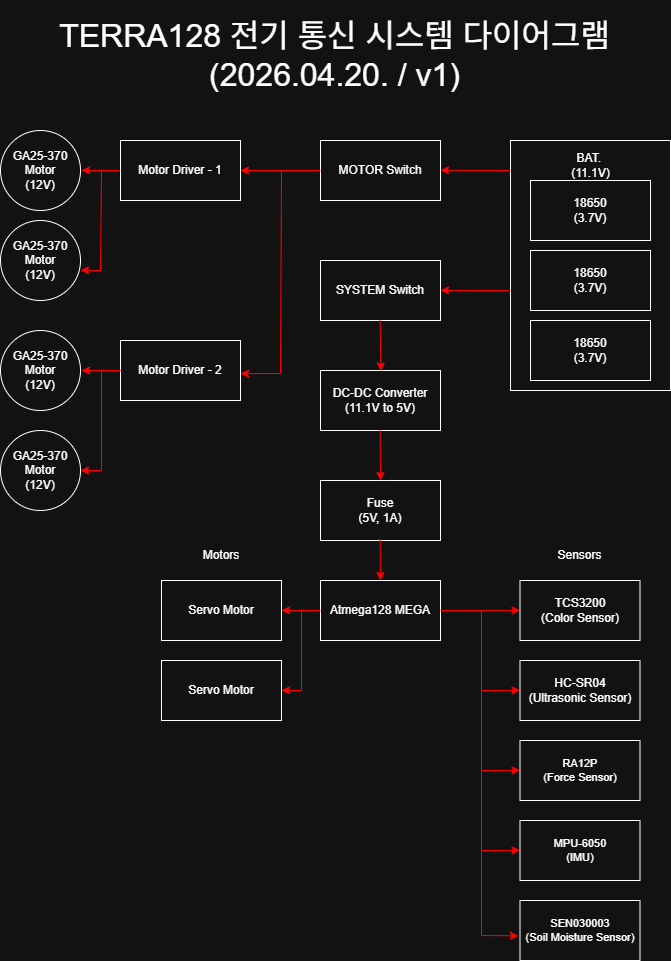
The draw.io diagram architecture/Electronic_Communication_System_Diagram.drawio.png in TERRA128/system-architecture, before a commit. Source tidied: cells renumbered, new cells last; positions are measured from the earlier drawing's top-left corner, leaving out a move shared by most shapes.
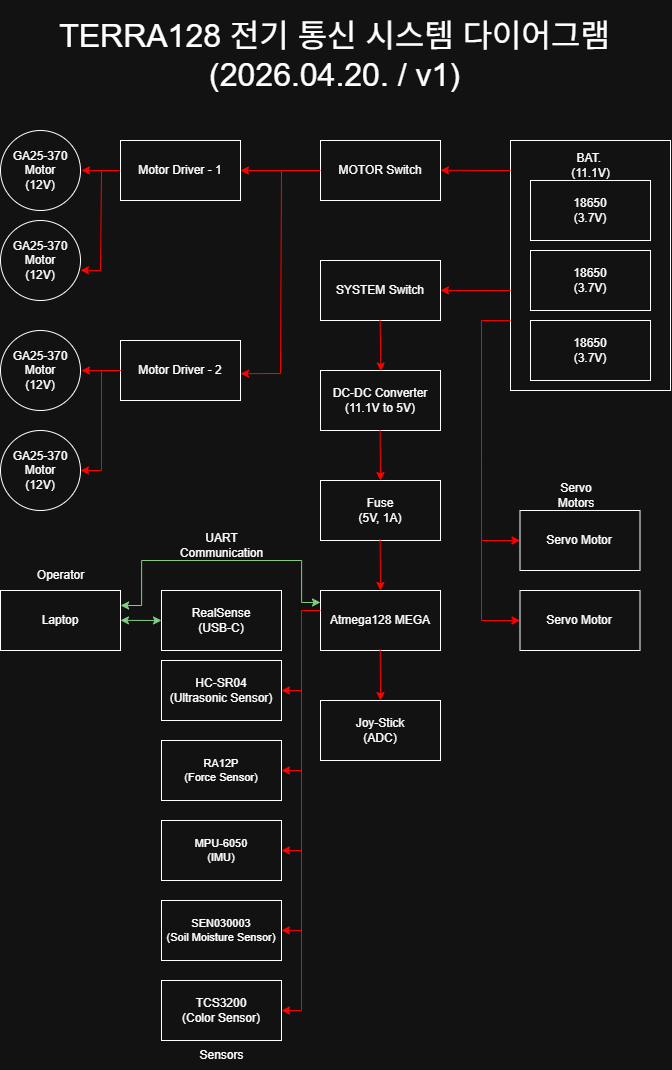
After the commit.

Commit message:
:bento: Update: preview image file

Change to the diagram source:
```diff
@@ -45,14 +45,11 @@
       </mxGeometry>
     </mxCell>
     <mxCell id="15" value="Atmega128 MEGA" style="rounded=0;whiteSpace=wrap;html=1;" parent="1" vertex="1">
-      <mxGeometry x="320" y="580" width="120" height="60" as="geometry" />
+      <mxGeometry x="320" y="590" width="120" height="60" as="geometry" />
     </mxCell>
     <mxCell id="16" value="Servo Motor" style="rounded=0;whiteSpace=wrap;html=1;" parent="1" vertex="1">
-      <mxGeometry x="161" y="580" width="120" height="60" as="geometry" />
+      <mxGeometry x="519.5" y="510" width="120" height="60" as="geometry" />
     </mxCell>
-    <mxCell id="17" value="TCS3200&lt;div&gt;(Color Sensor)&lt;/div&gt;" style="rounded=0;whiteSpace=wrap;html=1;" parent="1" vertex="1">
-      <mxGeometry x="519.5" y="580" width="120" height="60" as="geometry" />
-    </mxCell>
     <mxCell id="18" value="Motor Driver - 1" style="rounded=0;whiteSpace=wrap;html=1;" parent="1" vertex="1">
       <mxGeometry x="120" y="140" width="120" height="60" as="geometry" />
     </mxCell>
@@ -107,75 +104,34 @@
       <mxGeometry x="530" y="320" width="120" height="60" as="geometry" />
     </mxCell>
     <mxCell id="27" value="HC-SR04&lt;div&gt;(Ultrasonic Sensor)&lt;/div&gt;" style="rounded=0;whiteSpace=wrap;html=1;" parent="1" vertex="1">
-      <mxGeometry x="519.5" y="660" width="120" height="60" as="geometry" />
+      <mxGeometry x="161" y="660" width="120" height="60" as="geometry" />
     </mxCell>
     <mxCell id="28" value="SEN030003&lt;div&gt;(Soil Moisture Sensor)&lt;/div&gt;" style="rounded=0;whiteSpace=wrap;html=1;fontSize=11;" parent="1" vertex="1">
-      <mxGeometry x="519.5" y="900" width="120" height="60" as="geometry" />
+      <mxGeometry x="161" y="900" width="120" height="60" as="geometry" />
     </mxCell>
     <mxCell id="29" value="RA12P&lt;div&gt;(Force Sensor)&lt;/div&gt;" style="rounded=0;whiteSpace=wrap;html=1;fontSize=11;" parent="1" vertex="1">
-      <mxGeometry x="519.5" y="740" width="120" height="60" as="geometry" />
+      <mxGeometry x="161" y="740" width="120" height="60" as="geometry" />
     </mxCell>
     <mxCell id="30" value="MPU-6050&lt;div&gt;(IMU)&lt;/div&gt;" style="rounded=0;whiteSpace=wrap;html=1;fontSize=11;" parent="1" vertex="1">
-      <mxGeometry x="519.5" y="820" width="120" height="60" as="geometry" />
+      <mxGeometry x="161" y="820" width="120" height="60" as="geometry" />
     </mxCell>
-    <mxCell id="31" style="endArrow=classic;html=1;rounded=0;fontColor=light-dark(#000000,#FF3333);fillColor=#e51400;strokeColor=light-dark(#B20000,#FF0000);entryX=-0.013;entryY=0.589;entryDx=0;entryDy=0;entryPerimeter=0;" parent="1" edge="1" target="28">
+    <mxCell id="31" style="endArrow=classic;html=1;rounded=0;fontColor=light-dark(#000000,#FF3333);fillColor=#e51400;strokeColor=light-dark(#B20000,#FF0000);entryX=1;entryY=0.5;entryDx=0;entryDy=0;exitX=0;exitY=0.333;exitDx=0;exitDy=0;exitPerimeter=0;" parent="1" edge="1" source="15" target="17">
       <mxGeometry relative="1" as="geometry">
-        <mxPoint x="440" y="610" as="sourcePoint" />
         <Array as="points">
-          <mxPoint x="481" y="610" />
-          <mxPoint x="481" y="645" />
-          <mxPoint x="481" y="935" />
+          <mxPoint x="301" y="610" />
+          <mxPoint x="301" y="1010" />
         </Array>
       </mxGeometry>
     </mxCell>
-    <mxCell id="32" style="endArrow=classic;html=1;rounded=0;fontColor=light-dark(#000000,#FF3333);fillColor=#e51400;strokeColor=light-dark(#B20000,#FF0000);entryX=0;entryY=0.5;entryDx=0;entryDy=0;" parent="1" edge="1">
-      <mxGeometry relative="1" as="geometry">
-        <mxPoint x="479.5" y="609.9" as="sourcePoint" />
-        <mxPoint x="519.5" y="609.9" as="targetPoint" />
-      </mxGeometry>
-    </mxCell>
-    <mxCell id="33" style="endArrow=classic;html=1;rounded=0;fontColor=light-dark(#000000,#FF3333);fillColor=#e51400;strokeColor=light-dark(#B20000,#FF0000);entryX=0;entryY=0.5;entryDx=0;entryDy=0;" parent="1" edge="1">
-      <mxGeometry relative="1" as="geometry">
-        <mxPoint x="481" y="690" as="sourcePoint" />
-        <mxPoint x="519.5" y="689.9" as="targetPoint" />
-      </mxGeometry>
-    </mxCell>
-    <mxCell id="34" style="endArrow=classic;html=1;rounded=0;fontColor=light-dark(#000000,#FF3333);fillColor=#e51400;strokeColor=light-dark(#B20000,#FF0000);entryX=0;entryY=0.5;entryDx=0;entryDy=0;" parent="1" edge="1">
-      <mxGeometry relative="1" as="geometry">
-        <mxPoint x="481" y="770" as="sourcePoint" />
-        <mxPoint x="519.5" y="769.9" as="targetPoint" />
-      </mxGeometry>
-    </mxCell>
-    <mxCell id="35" style="endArrow=classic;html=1;rounded=0;fontColor=light-dark(#000000,#FF3333);fillColor=#e51400;strokeColor=light-dark(#B20000,#FF0000);entryX=0;entryY=0.5;entryDx=0;entryDy=0;" parent="1" edge="1">
-      <mxGeometry relative="1" as="geometry">
-        <mxPoint x="481" y="850" as="sourcePoint" />
-        <mxPoint x="519.5" y="849.9" as="targetPoint" />
-      </mxGeometry>
-    </mxCell>
     <mxCell id="36" value="Sensors" style="text;html=1;whiteSpace=wrap;strokeColor=none;fillColor=none;align=center;verticalAlign=middle;rounded=0;" parent="1" vertex="1">
-      <mxGeometry x="530" y="540" width="99" height="30" as="geometry" />
+      <mxGeometry x="171.5" y="1040" width="99" height="30" as="geometry" />
     </mxCell>
-    <mxCell id="37" value="Motors" style="text;html=1;whiteSpace=wrap;strokeColor=none;fillColor=none;align=center;verticalAlign=middle;rounded=0;" parent="1" vertex="1">
-      <mxGeometry x="186" y="540" width="70" height="30" as="geometry" />
+    <mxCell id="37" value="Servo Motors" style="text;html=1;whiteSpace=wrap;strokeColor=none;fillColor=none;align=center;verticalAlign=middle;rounded=0;" parent="1" vertex="1">
+      <mxGeometry x="540.5" y="480" width="70" height="30" as="geometry" />
     </mxCell>
     <mxCell id="38" value="Servo Motor" style="rounded=0;whiteSpace=wrap;html=1;" parent="1" vertex="1">
-      <mxGeometry x="161" y="660" width="120" height="60" as="geometry" />
+      <mxGeometry x="519.5" y="590" width="120" height="60" as="geometry" />
     </mxCell>
-    <mxCell id="39" style="endArrow=classic;html=1;rounded=0;fontColor=light-dark(#000000,#FF3333);fillColor=#e51400;strokeColor=light-dark(#B20000,#FF0000);entryX=0;entryY=0.5;entryDx=0;entryDy=0;exitX=0;exitY=0.5;exitDx=0;exitDy=0;" parent="1" edge="1" source="15">
-      <mxGeometry relative="1" as="geometry">
-        <mxPoint x="281" y="689.9" as="targetPoint" />
-        <Array as="points">
-          <mxPoint x="301" y="610" />
-          <mxPoint x="301" y="690" />
-        </Array>
-      </mxGeometry>
-    </mxCell>
-    <mxCell id="40" style="endArrow=classic;html=1;rounded=0;fontColor=light-dark(#000000,#FF3333);fillColor=#e51400;strokeColor=light-dark(#B20000,#FF0000);entryX=0;entryY=0.5;entryDx=0;entryDy=0;" parent="1" edge="1">
-      <mxGeometry relative="1" as="geometry">
-        <mxPoint x="301" y="610" as="sourcePoint" />
-        <mxPoint x="281" y="609.9" as="targetPoint" />
-      </mxGeometry>
-    </mxCell>
     <mxCell id="41" style="endArrow=classic;html=1;rounded=0;fontColor=light-dark(#000000,#FF3333);fillColor=#e51400;strokeColor=light-dark(#B20000,#FF0000);entryX=1;entryY=0.5;entryDx=0;entryDy=0;exitX=0;exitY=0.5;exitDx=0;exitDy=0;" parent="1" edge="1" target="18">
       <mxGeometry relative="1" as="geometry">
         <mxPoint x="281" y="170.1" as="sourcePoint" />
@@ -196,11 +152,90 @@
     <mxCell id="44" value="Fuse&lt;div&gt;(5V, 1A)&lt;/div&gt;" style="rounded=0;whiteSpace=wrap;html=1;" parent="1" vertex="1">
       <mxGeometry x="320" y="480" width="120" height="60" as="geometry" />
     </mxCell>
-    <mxCell id="45" style="endArrow=classic;html=1;rounded=0;fontColor=light-dark(#000000,#FF3333);fillColor=#e51400;strokeColor=light-dark(#B20000,#FF0000);" parent="1" edge="1">
+    <mxCell id="45" style="endArrow=classic;html=1;rounded=0;fontColor=light-dark(#000000,#FF3333);fillColor=#e51400;strokeColor=light-dark(#B20000,#FF0000);entryX=0.5;entryY=0;entryDx=0;entryDy=0;" parent="1" edge="1" target="15">
       <mxGeometry relative="1" as="geometry">
         <mxPoint x="379.6" y="539" as="sourcePoint" />
-        <mxPoint x="380" y="580" as="targetPoint" />
       </mxGeometry>
     </mxCell>
+    <mxCell id="46" style="endArrow=classic;html=1;rounded=0;fontColor=light-dark(#000000,#FF3333);fillColor=#e51400;strokeColor=light-dark(#B20000,#FF0000);entryX=1;entryY=0.333;entryDx=0;entryDy=0;entryPerimeter=0;" parent="1" edge="1">
+      <mxGeometry relative="1" as="geometry">
+        <mxPoint x="301" y="850" as="sourcePoint" />
+        <mxPoint x="281" y="849.9" as="targetPoint" />
+      </mxGeometry>
+    </mxCell>
+    <mxCell id="47" style="endArrow=classic;html=1;rounded=0;fontColor=light-dark(#000000,#FF3333);fillColor=#e51400;strokeColor=light-dark(#B20000,#FF0000);entryX=1;entryY=0.333;entryDx=0;entryDy=0;entryPerimeter=0;" parent="1" edge="1">
+      <mxGeometry relative="1" as="geometry">
+        <mxPoint x="301" y="770" as="sourcePoint" />
+        <mxPoint x="281" y="769.9" as="targetPoint" />
+      </mxGeometry>
+    </mxCell>
+    <mxCell id="48" style="endArrow=classic;html=1;rounded=0;fontColor=light-dark(#000000,#FF3333);fillColor=#e51400;strokeColor=light-dark(#B20000,#FF0000);entryX=1;entryY=0.333;entryDx=0;entryDy=0;entryPerimeter=0;" parent="1" edge="1">
+      <mxGeometry relative="1" as="geometry">
+        <mxPoint x="301" y="690" as="sourcePoint" />
+        <mxPoint x="281" y="689.9" as="targetPoint" />
+      </mxGeometry>
+    </mxCell>
+    <mxCell id="49" value="Joy-Stick&lt;div&gt;(ADC)&lt;/div&gt;" style="rounded=0;whiteSpace=wrap;html=1;" parent="1" vertex="1">
+      <mxGeometry x="320" y="700" width="120" height="60" as="geometry" />
+    </mxCell>
+    <mxCell id="50" value="Laptop" style="rounded=0;whiteSpace=wrap;html=1;" parent="1" vertex="1">
+      <mxGeometry y="590" width="120" height="60" as="geometry" />
+    </mxCell>
+    <mxCell id="51" value="Operator" style="text;html=1;whiteSpace=wrap;strokeColor=none;fillColor=none;align=center;verticalAlign=middle;rounded=0;" parent="1" vertex="1">
+      <mxGeometry x="10.5" y="560" width="99" height="30" as="geometry" />
+    </mxCell>
+    <mxCell id="17" value="TCS3200&lt;div&gt;(Color Sensor)&lt;/div&gt;" style="rounded=0;whiteSpace=wrap;html=1;" parent="1" vertex="1">
+      <mxGeometry x="161" y="980" width="120" height="60" as="geometry" />
+    </mxCell>
+    <mxCell id="52" value="RealSense&lt;div&gt;(USB-C)&lt;/div&gt;" style="rounded=0;whiteSpace=wrap;html=1;" parent="1" vertex="1">
+      <mxGeometry x="161" y="590" width="120" height="60" as="geometry" />
+    </mxCell>
+    <mxCell id="53" style="endArrow=classic;html=1;rounded=0;fontColor=light-dark(#000000,#FF3333);fillColor=#008a00;strokeColor=#005700;entryX=1;entryY=0.333;entryDx=0;entryDy=0;entryPerimeter=0;exitX=0;exitY=0.5;exitDx=0;exitDy=0;startArrow=classic;startFill=1;" parent="1" edge="1" source="52">
+      <mxGeometry relative="1" as="geometry">
+        <mxPoint x="120" y="619.9" as="targetPoint" />
+      </mxGeometry>
+    </mxCell>
+    <mxCell id="54" style="endArrow=classic;html=1;rounded=0;fontColor=light-dark(#000000,#FF3333);fillColor=#008a00;strokeColor=#005700;exitX=-0.001;exitY=0.199;exitDx=0;exitDy=0;exitPerimeter=0;entryX=1;entryY=0.25;entryDx=0;entryDy=0;startArrow=classic;startFill=1;" parent="1" edge="1">
+      <mxGeometry relative="1" as="geometry">
+        <mxPoint x="320" y="601.9" as="sourcePoint" />
+        <mxPoint x="120.1" y="605" as="targetPoint" />
+        <Array as="points">
+          <mxPoint x="301.1" y="602" />
+          <mxPoint x="301.1" y="560" />
+          <mxPoint x="141.1" y="560" />
+          <mxPoint x="141.1" y="605" />
+        </Array>
+      </mxGeometry>
+    </mxCell>
+    <mxCell id="55" value="UART&lt;div&gt;Communication&lt;/div&gt;" style="text;html=1;whiteSpace=wrap;strokeColor=none;fillColor=none;align=center;verticalAlign=middle;rounded=0;" parent="1" vertex="1">
+      <mxGeometry x="171.5" y="530" width="99" height="30" as="geometry" />
+    </mxCell>
+    <mxCell id="56" style="endArrow=classic;html=1;rounded=0;fontColor=light-dark(#000000,#FF3333);fillColor=#e51400;strokeColor=light-dark(#B20000,#FF0000);entryX=0;entryY=0.5;entryDx=0;entryDy=0;" parent="1" edge="1" target="38">
+      <mxGeometry relative="1" as="geometry">
+        <mxPoint x="510" y="320.2" as="sourcePoint" />
+        <Array as="points">
+          <mxPoint x="481" y="320" />
+          <mxPoint x="481" y="460" />
+          <mxPoint x="481" y="620" />
+        </Array>
+      </mxGeometry>
+    </mxCell>
+    <mxCell id="57" style="endArrow=classic;html=1;rounded=0;fontColor=light-dark(#000000,#FF3333);fillColor=#e51400;strokeColor=light-dark(#B20000,#FF0000);entryX=0;entryY=0.5;entryDx=0;entryDy=0;" parent="1" edge="1" target="16">
+      <mxGeometry relative="1" as="geometry">
+        <mxPoint x="481" y="540" as="sourcePoint" />
+      </mxGeometry>
+    </mxCell>
+    <mxCell id="58" style="endArrow=classic;html=1;rounded=0;fontColor=light-dark(#000000,#FF3333);fillColor=#e51400;strokeColor=light-dark(#B20000,#FF0000);entryX=1;entryY=0.333;entryDx=0;entryDy=0;entryPerimeter=0;" parent="1" edge="1">
+      <mxGeometry relative="1" as="geometry">
+        <mxPoint x="301" y="929.9" as="sourcePoint" />
+        <mxPoint x="281" y="929.9" as="targetPoint" />
+      </mxGeometry>
+    </mxCell>
+    <mxCell id="59" style="endArrow=classic;html=1;rounded=0;fontColor=light-dark(#000000,#FF3333);fillColor=#e51400;strokeColor=light-dark(#B20000,#FF0000);entryX=0.5;entryY=0;entryDx=0;entryDy=0;" parent="1" edge="1">
+      <mxGeometry relative="1" as="geometry">
+        <mxPoint x="379.7" y="649" as="sourcePoint" />
+        <mxPoint x="380.1" y="700" as="targetPoint" />
+      </mxGeometry>
+    </mxCell>
   </root>
 </mxGraphModel>
```
